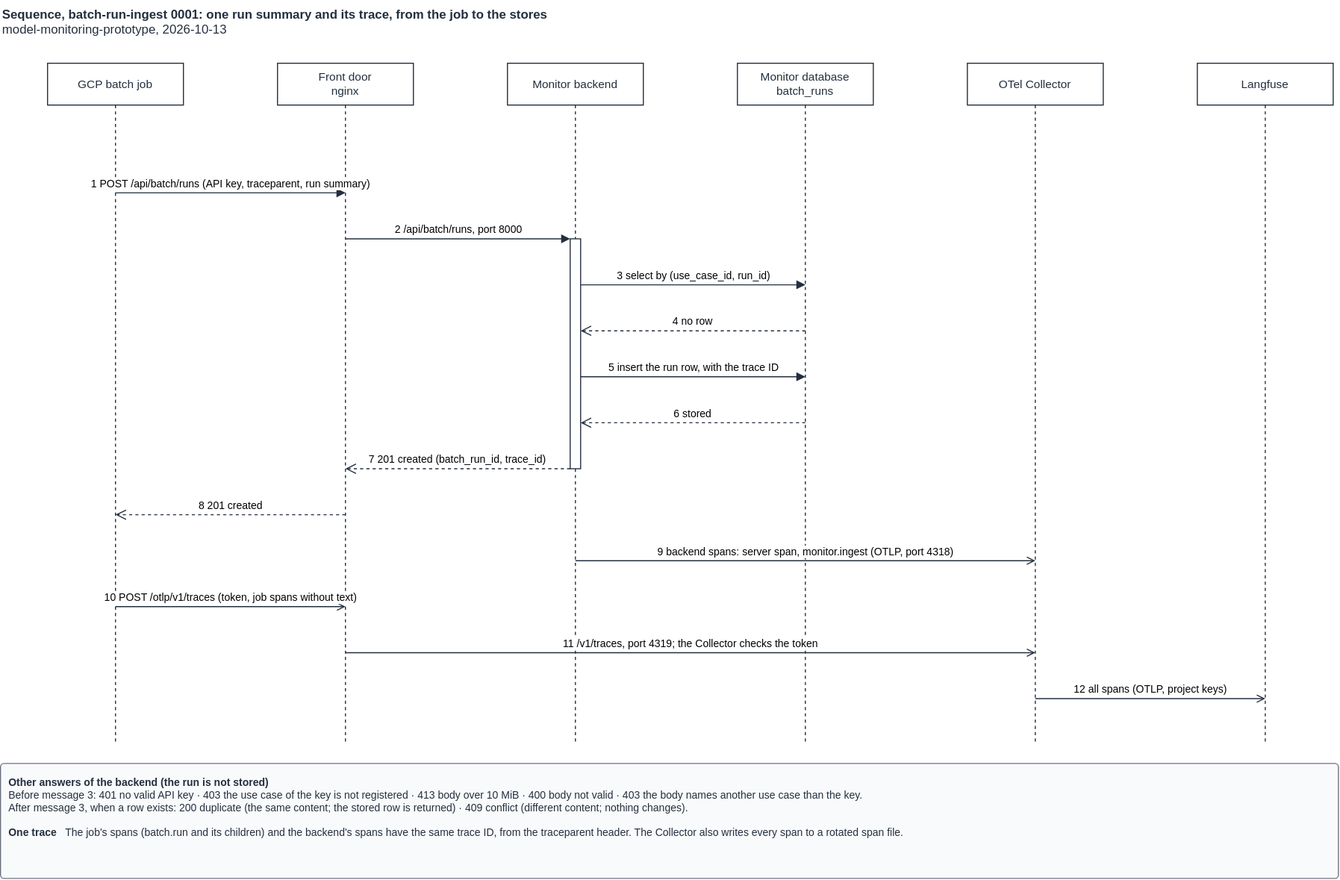
This is docs/diagram/sequence/batch-run-ingest/0001-run-summary-and-trace.drawio.svg from tkhongsap-io/model-monitoring-prototype, a draw.io export, as it was before one commit. Source tidied: cells renumbered, new cells last; positions are measured from the earlier drawing's top-left corner, leaving out a move shared by most shapes.
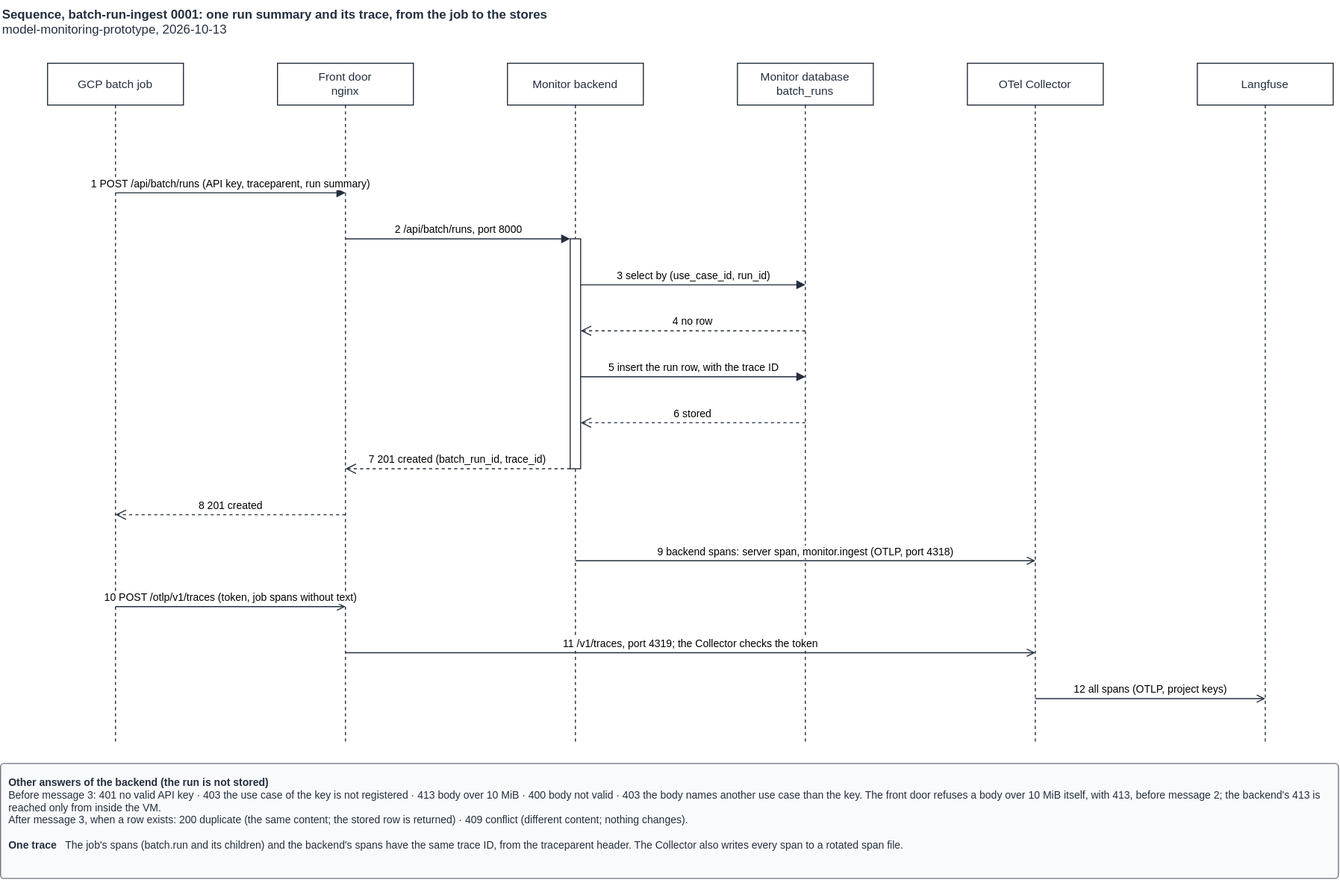
After the change.

Diff of the diagram source:
```diff
@@ -98,7 +98,7 @@
         <mxPoint x="1210" y="668" as="targetPoint" />
       </mxGeometry>
     </mxCell>
-    <mxCell id="22" value="&lt;b&gt;Other answers of the backend (the run is not stored)&lt;/b&gt;&lt;br&gt;Before message 3: 401 no valid API key · 403 the use case of the key is not registered · 413 body over 10 MiB · 400 body not valid · 403 the body names another use case than the key.&lt;br&gt;After message 3, when a row exists: 200 duplicate (the same content; the stored row is returned) · 409 conflict (different content; nothing changes).&lt;br&gt;&lt;br&gt;&lt;b&gt;One trace&lt;/b&gt; &amp;nbsp; The job's spans (batch.run and its children) and the backend's spans have the same trace ID, from the traceparent header. The Collector also writes every span to a rotated span file." style="text;html=1;align=left;verticalAlign=top;whiteSpace=wrap;fontSize=10;fontColor=#232F3E;fillColor=#F9FAFB;strokeColor=#6B7280;spacing=8;rounded=1;arcSize=3;" parent="1" vertex="1">
+    <mxCell id="22" value="&lt;b&gt;Other answers of the backend (the run is not stored)&lt;/b&gt;&lt;br&gt;Before message 3: 401 no valid API key · 403 the use case of the key is not registered · 413 body over 10 MiB · 400 body not valid · 403 the body names another use case than the key. The front door refuses a body over 10 MiB itself, with 413, before message 2; the backend's 413 is reached only from inside the VM.&lt;br&gt;After message 3, when a row exists: 200 duplicate (the same content; the stored row is returned) · 409 conflict (different content; nothing changes).&lt;br&gt;&lt;br&gt;&lt;b&gt;One trace&lt;/b&gt; &amp;nbsp; The job's spans (batch.run and its children) and the backend's spans have the same trace ID, from the traceparent header. The Collector also writes every span to a rotated span file." style="text;html=1;align=left;verticalAlign=top;whiteSpace=wrap;fontSize=10;fontColor=#232F3E;fillColor=#F9FAFB;strokeColor=#6B7280;spacing=8;rounded=1;arcSize=3;" parent="1" vertex="1">
       <mxGeometry y="730" width="1280" height="110" as="geometry" />
     </mxCell>
   </root>
```
